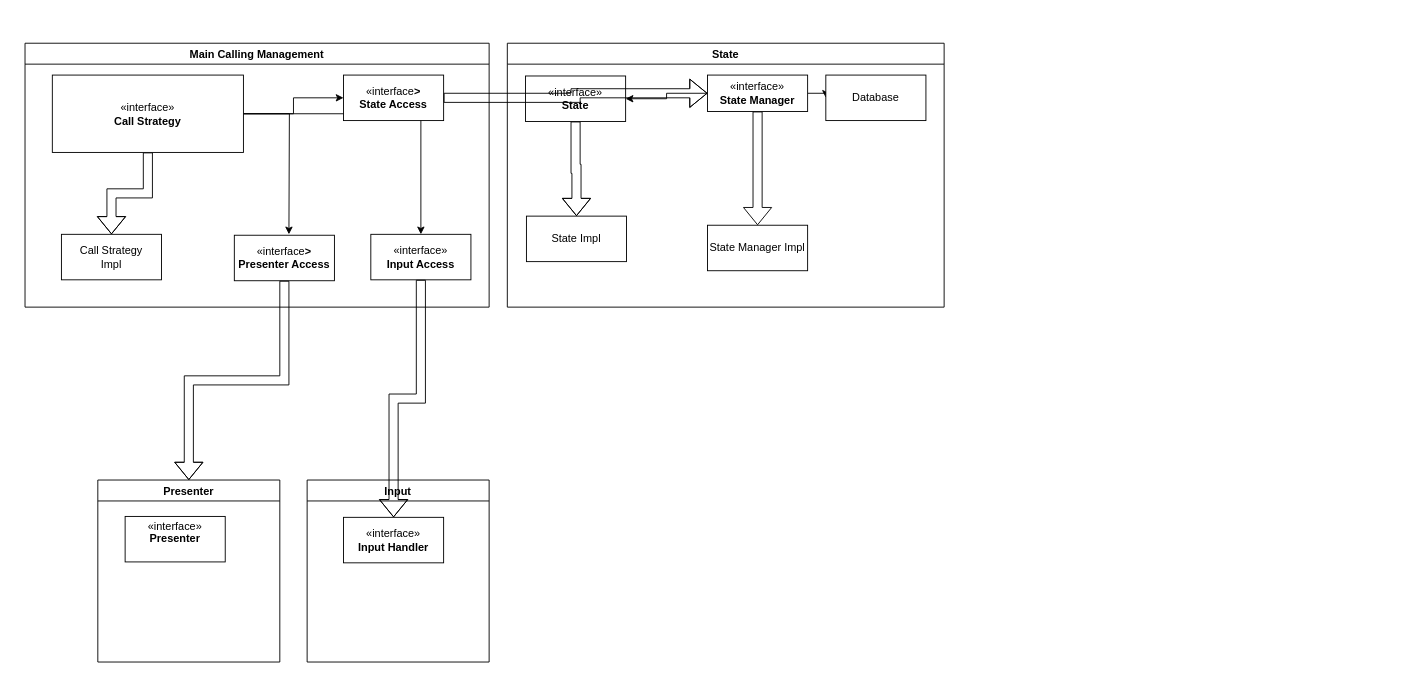
Above: semaphore.drawio in singlerr/UML (draw.io), before the change. Source tidied: cells renumbered, new cells numbered last; positions are measured from the earlier drawing's top-left corner, leaving out a move shared by most shapes. Both pictures are drawn from the tidied source at 91%, with x=0, y=0 at pixel (25, 43).
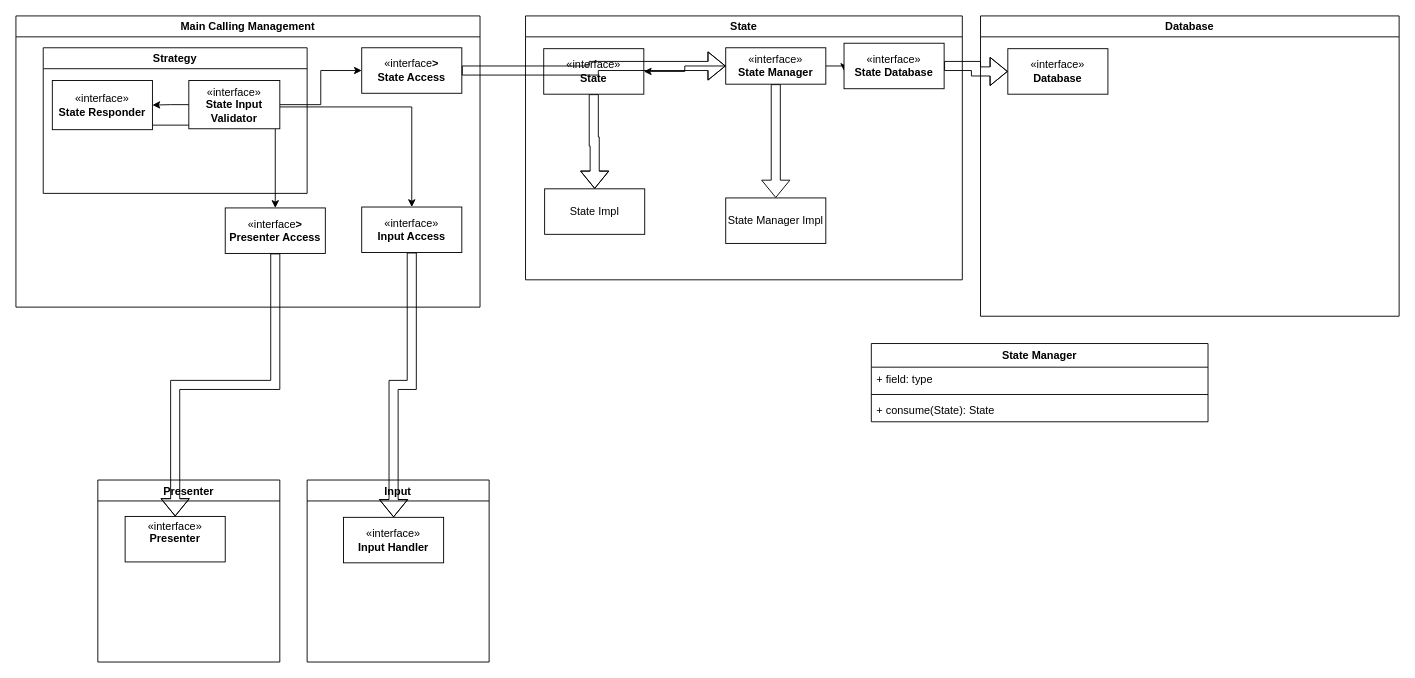
After the change.

The change refers to these unchanged cells:
```xml
<mxCell id="6" value="«interface»&lt;br&gt;&lt;div&gt;&lt;b&gt;State Manager&lt;br&gt;&lt;/b&gt;&lt;/div&gt;" style="html=1;whiteSpace=wrap;" parent="2" vertex="1">
  <mxGeometry x="220" y="35" width="110" height="40" as="geometry" />
</mxCell>
<mxCell id="12" value="Presenter" style="swimlane;" parent="1" vertex="1">
  <mxGeometry x="80" y="480" width="200" height="200" as="geometry" />
</mxCell>
<mxCell id="13" value="&lt;div&gt;«interface»&lt;/div&gt;&lt;div&gt;&lt;b&gt;Presenter&lt;/b&gt;&lt;/div&gt;&lt;div&gt;&lt;b&gt;&lt;br&gt;&lt;/b&gt;&lt;/div&gt;" style="html=1;whiteSpace=wrap;" parent="12" vertex="1">
  <mxGeometry x="30" y="40" width="110" height="50" as="geometry" />
</mxCell>
<mxCell id="24" value="&lt;div&gt;«interface&lt;b&gt;&amp;gt;&lt;/b&gt;&lt;/div&gt;&lt;div&gt;&lt;b&gt;Presenter Access&lt;br&gt;&lt;/b&gt;&lt;/div&gt;" style="html=1;whiteSpace=wrap;" parent="16" vertex="1">
  <mxGeometry x="230" y="211" width="110" height="50" as="geometry" />
</mxCell>
<mxCell id="25" value="«interface»&lt;br&gt;&lt;b&gt;Input Access&lt;/b&gt;" style="html=1;whiteSpace=wrap;" parent="16" vertex="1">
  <mxGeometry x="380" y="210" width="110" height="50" as="geometry" />
</mxCell>
```

Change to the diagram source:
```diff
@@
     <mxCell id="2" value="State" style="swimlane;" parent="1" vertex="1">
-      <mxGeometry x="530" width="480" height="290" as="geometry" />
+      <mxGeometry x="550" y="-30" width="480" height="290" as="geometry" />
     </mxCell>
@@
-    <mxCell id="4" style="edgeStyle=orthogonalEdgeStyle;rounded=0;jettySize=auto;html=1;" parent="2" edge="1" source="6" target="8">
-      <mxGeometry relative="1" as="geometry" />
+    <mxCell id="4" style="edgeStyle=orthogonalEdgeStyle;rounded=0;jettySize=auto;html=1;" parent="2" edge="1" source="6">
+      <mxGeometry relative="1" as="geometry">
+        <mxPoint x="350.1" y="60" as="targetPoint" />
+      </mxGeometry>
     </mxCell>
@@
-    <mxCell id="8" value="Database" style="html=1;whiteSpace=wrap;" parent="2" vertex="1">
-      <mxGeometry x="350" y="35" width="110" height="50" as="geometry" />
-    </mxCell>
@@
+    <mxCell id="29" value="&lt;div&gt;«interface»&lt;/div&gt;&lt;div&gt;&lt;b&gt;State Database&lt;/b&gt;&lt;br&gt;&lt;/div&gt;" style="html=1;whiteSpace=wrap;" parent="2" vertex="1">
+      <mxGeometry x="350" y="30" width="110" height="50" as="geometry" />
+    </mxCell>
@@
     <mxCell id="16" value="Main Calling Management" style="swimlane;" parent="1" vertex="1">
-      <mxGeometry width="510" height="290" as="geometry" />
+      <mxGeometry x="-10" y="-30" width="510" height="320" as="geometry" />
     </mxCell>
-    <mxCell id="17" style="edgeStyle=orthogonalEdgeStyle;rounded=0;jettySize=auto;html=1;entryX=0.5;entryY=0;entryDx=0;entryDy=0;shape=flexArrow;" parent="16" edge="1" source="21" target="22">
-      <mxGeometry relative="1" as="geometry" />
-    </mxCell>
-    <mxCell id="18" style="edgeStyle=orthogonalEdgeStyle;rounded=0;jettySize=auto;html=1;" parent="16" edge="1" source="21" target="23">
-      <mxGeometry relative="1" as="geometry" />
-    </mxCell>
-    <mxCell id="19" style="edgeStyle=orthogonalEdgeStyle;rounded=0;jettySize=auto;html=1;" parent="16" edge="1" source="21">
-      <mxGeometry relative="1" as="geometry">
-        <mxPoint x="290" y="210" as="targetPoint" />
-      </mxGeometry>
-    </mxCell>
-    <mxCell id="20" style="edgeStyle=orthogonalEdgeStyle;rounded=0;jettySize=auto;html=1;entryX=0.5;entryY=0;entryDx=0;entryDy=0;" parent="16" edge="1" source="21" target="25">
-      <mxGeometry relative="1" as="geometry" />
-    </mxCell>
-    <mxCell id="21" value="&lt;div&gt;«interface»&lt;/div&gt;&lt;div&gt;&lt;b&gt;Call Strategy&lt;/b&gt;&lt;br&gt;&lt;/div&gt;" style="html=1;whiteSpace=wrap;" parent="16" vertex="1">
-      <mxGeometry x="30" y="35" width="210" height="85" as="geometry" />
-    </mxCell>
-    <mxCell id="22" value="&lt;div&gt;Call Strategy&lt;/div&gt;&lt;div&gt;Impl&lt;/div&gt;" style="html=1;whiteSpace=wrap;" parent="16" vertex="1">
-      <mxGeometry x="40" y="210" width="110" height="50" as="geometry" />
-    </mxCell>
     <mxCell id="23" value="&lt;div&gt;«interface&lt;b&gt;&amp;gt;&lt;/b&gt;&lt;/div&gt;&lt;div&gt;&lt;b&gt;State Access&lt;br&gt;&lt;/b&gt;&lt;/div&gt;" style="html=1;whiteSpace=wrap;" parent="16" vertex="1">
-      <mxGeometry x="350" y="35" width="110" height="50" as="geometry" />
+      <mxGeometry x="380" y="35" width="110" height="50" as="geometry" />
     </mxCell>
@@
+    <mxCell id="30" style="edgeStyle=orthogonalEdgeStyle;rounded=0;jettySize=auto;html=1;entryX=0.5;entryY=0;entryDx=0;entryDy=0;" parent="16" edge="1" source="35" target="25">
+      <mxGeometry relative="1" as="geometry">
+        <Array as="points">
+          <mxPoint x="285" y="100" />
+          <mxPoint x="435" y="100" />
+        </Array>
+      </mxGeometry>
+    </mxCell>
+    <mxCell id="31" style="edgeStyle=orthogonalEdgeStyle;rounded=0;jettySize=auto;html=1;entryX=0;entryY=0.5;entryDx=0;entryDy=0;" parent="16" edge="1" source="35" target="23">
+      <mxGeometry relative="1" as="geometry" />
+    </mxCell>
+    <mxCell id="32" style="edgeStyle=orthogonalEdgeStyle;rounded=0;jettySize=auto;html=1;entryX=0.5;entryY=0;entryDx=0;entryDy=0;" parent="16" edge="1" source="34" target="24">
+      <mxGeometry relative="1" as="geometry">
+        <Array as="points">
+          <mxPoint x="166" y="120" />
+          <mxPoint x="285" y="120" />
+        </Array>
+      </mxGeometry>
+    </mxCell>
+    <mxCell id="33" value="Strategy" style="swimlane;" parent="16" vertex="1">
+      <mxGeometry x="30" y="35" width="290" height="160" as="geometry" />
+    </mxCell>
+    <mxCell id="34" value="&lt;div&gt;«interface»&lt;/div&gt;&lt;div&gt;&lt;b&gt;State Responder&lt;/b&gt;&lt;br&gt;&lt;/div&gt;" style="html=1;whiteSpace=wrap;" parent="33" vertex="1">
+      <mxGeometry x="10" y="36" width="110" height="54" as="geometry" />
+    </mxCell>
+    <mxCell id="35" value="«interface»&lt;br&gt;&lt;b&gt;State Input Validator&lt;/b&gt;" style="html=1;whiteSpace=wrap;" parent="33" vertex="1">
+      <mxGeometry x="160" y="36" width="100" height="53" as="geometry" />
+    </mxCell>
+    <mxCell id="36" style="edgeStyle=orthogonalEdgeStyle;rounded=0;jettySize=auto;html=1;entryX=1;entryY=0.5;entryDx=0;entryDy=0;" parent="33" edge="1" source="35" target="34">
+      <mxGeometry relative="1" as="geometry" />
+    </mxCell>
@@
-    <mxCell id="27" style="edgeStyle=orthogonalEdgeStyle;rounded=0;jettySize=auto;html=1;entryX=0.5;entryY=0;entryDx=0;entryDy=0;shape=flexArrow;" parent="1" edge="1" source="24" target="12">
+    <mxCell id="27" style="edgeStyle=orthogonalEdgeStyle;rounded=0;jettySize=auto;html=1;shape=flexArrow;entryX=0.5;entryY=0;entryDx=0;entryDy=0;" parent="1" edge="1" source="24" target="13">
       <mxGeometry relative="1" as="geometry" />
     </mxCell>
@@
+    <mxCell id="8" value="Database" style="swimlane;" parent="1" vertex="1">
+      <mxGeometry x="1050" y="-30" width="460" height="330" as="geometry" />
+    </mxCell>
+    <mxCell id="37" value="&lt;div&gt;«interface»&lt;/div&gt;&lt;div&gt;&lt;b&gt;Database&lt;/b&gt;&lt;br&gt;&lt;/div&gt;" style="html=1;whiteSpace=wrap;" parent="8" vertex="1">
+      <mxGeometry x="30" y="36" width="110" height="50" as="geometry" />
+    </mxCell>
+    <mxCell id="38" style="edgeStyle=orthogonalEdgeStyle;rounded=0;jettySize=auto;html=1;entryX=0;entryY=0.5;entryDx=0;entryDy=0;shape=flexArrow;" parent="1" edge="1" source="29" target="37">
+      <mxGeometry relative="1" as="geometry" />
+    </mxCell>
+    <mxCell id="39" value="State Manager" style="swimlane;fontStyle=1;align=center;verticalAlign=top;horizontal=1;startSize=26;whiteSpace=wrap;html=1;" parent="1" vertex="1">
+      <mxGeometry x="930" y="330" width="370" height="86" as="geometry" />
+    </mxCell>
+    <mxCell id="40" value="+ field: type" style="text;strokeColor=none;fillColor=none;align=left;verticalAlign=top;spacingLeft=4;spacingRight=4;overflow=hidden;whiteSpace=wrap;html=1;" parent="39" vertex="1">
+      <mxGeometry y="26" width="370" height="26" as="geometry" />
+    </mxCell>
+    <mxCell id="41" style="line;strokeWidth=1;fillColor=none;align=left;verticalAlign=middle;spacingTop=-1;spacingLeft=3;spacingRight=3;labelPosition=right;strokeColor=inherit;" parent="39" vertex="1">
+      <mxGeometry y="52" width="370" height="8" as="geometry" />
+    </mxCell>
+    <mxCell id="42" value="&lt;div&gt;+ consume(State): State&lt;/div&gt;&lt;div&gt;&lt;br&gt;&lt;/div&gt;" style="text;strokeColor=none;fillColor=none;align=left;verticalAlign=top;spacingLeft=4;spacingRight=4;overflow=hidden;whiteSpace=wrap;html=1;" parent="39" vertex="1">
+      <mxGeometry y="60" width="370" height="26" as="geometry" />
+    </mxCell>
```
